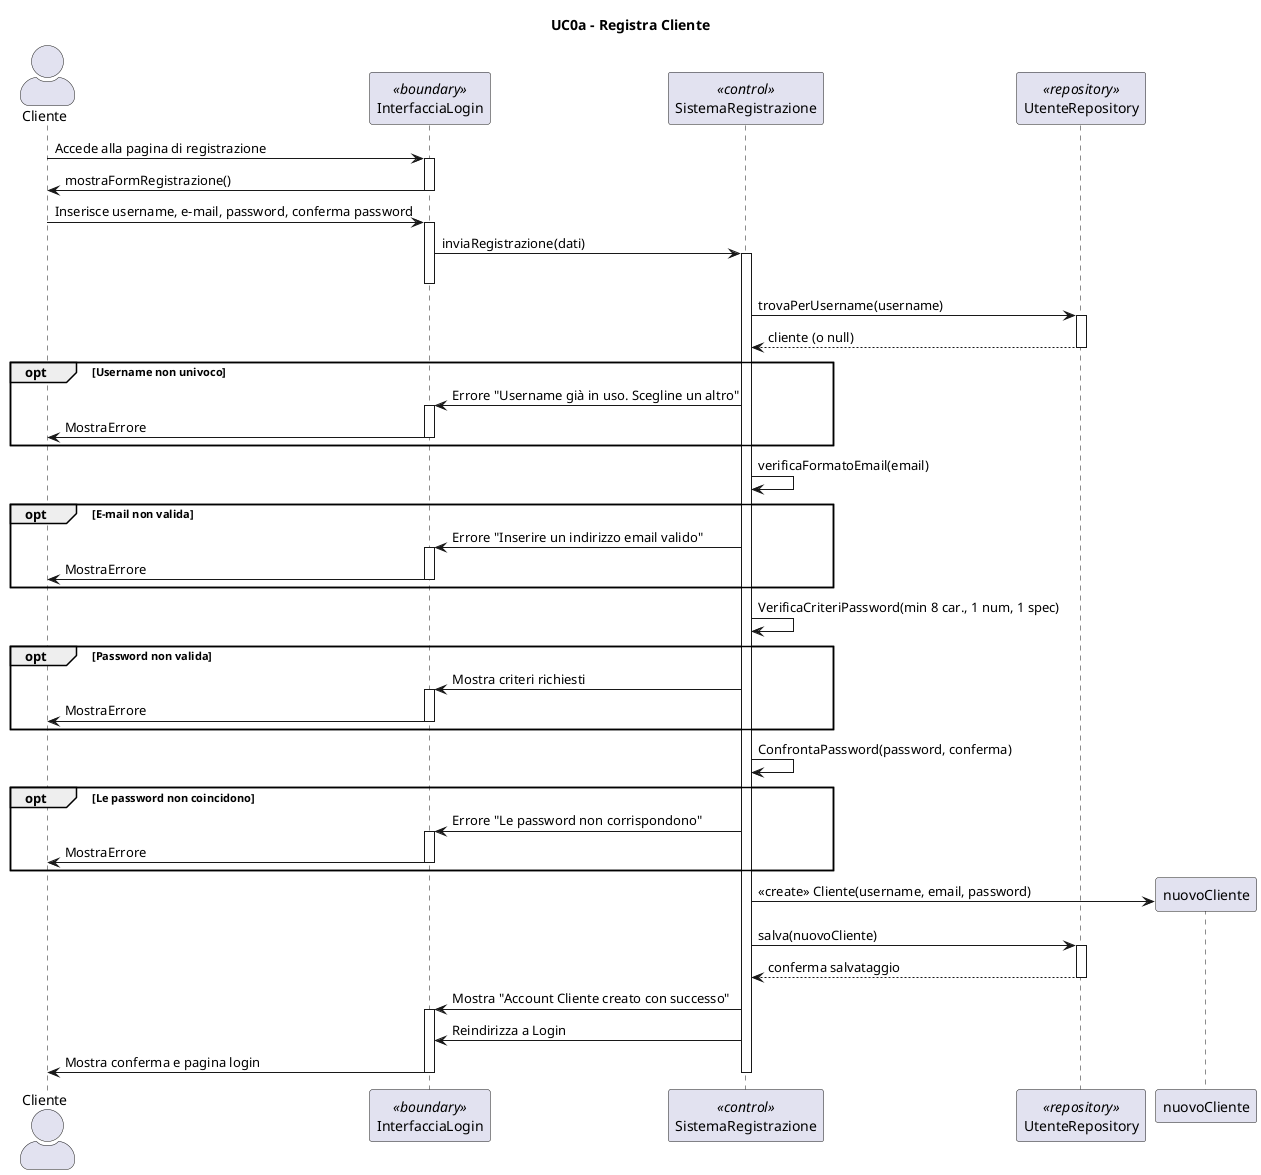
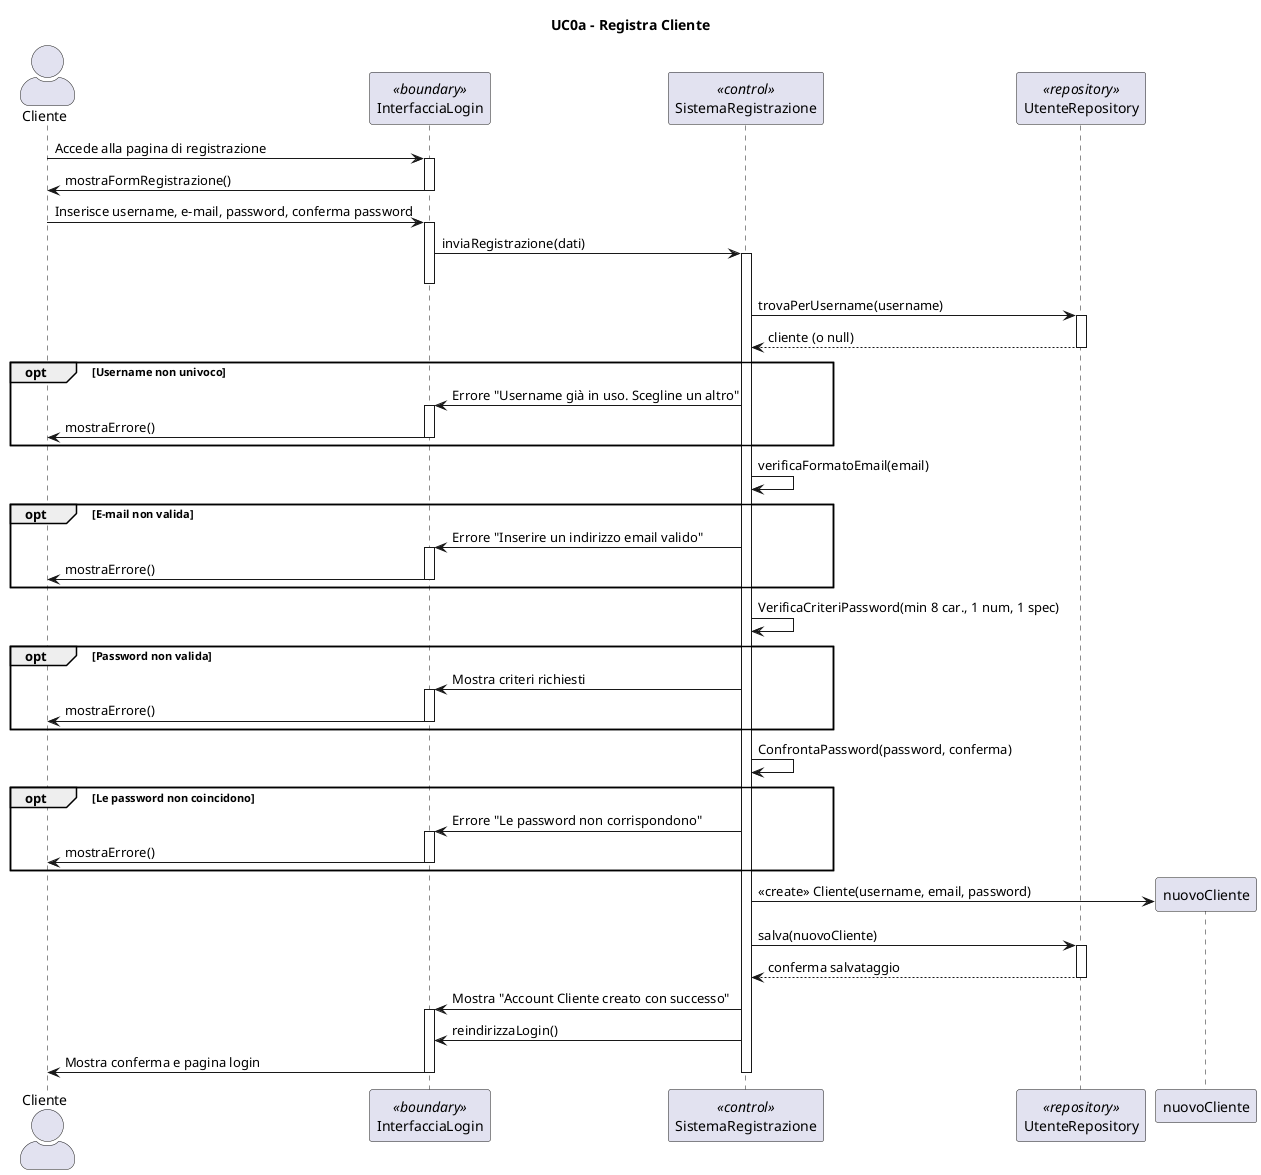
﻿@startuml
title UC0a - Registra Cliente
skinparam actorStyle awesome
actor Cliente

participant "InterfacciaLogin" <<boundary>>
participant "SistemaRegistrazione" as Sistema <<control>>
participant "UtenteRepository" as Repo <<repository>>

Cliente -> InterfacciaLogin : Accede alla pagina di registrazione
activate InterfacciaLogin
InterfacciaLogin -> Cliente : mostraFormRegistrazione()
deactivate InterfacciaLogin

Cliente -> InterfacciaLogin : Inserisce username, e-mail, password, conferma password
activate InterfacciaLogin
InterfacciaLogin -> Sistema : inviaRegistrazione(dati)
activate Sistema
deactivate InterfacciaLogin

Sistema -> Repo : trovaPerUsername(username)
activate Repo
Repo --> Sistema : cliente (o null)
deactivate Repo

opt Username non univoco
    Sistema -> InterfacciaLogin : Errore "Username già in uso. Scegline un altro"
    activate InterfacciaLogin
-     InterfacciaLogin -> Cliente : MostraErrore
+     InterfacciaLogin -> Cliente : mostraErrore()
    deactivate InterfacciaLogin
end

Sistema -> Sistema : verificaFormatoEmail(email)
opt E-mail non valida
    Sistema -> InterfacciaLogin : Errore "Inserire un indirizzo email valido"
    activate InterfacciaLogin
-     InterfacciaLogin -> Cliente : MostraErrore
+     InterfacciaLogin -> Cliente : mostraErrore()
    deactivate InterfacciaLogin
end

Sistema -> Sistema : VerificaCriteriPassword(min 8 car., 1 num, 1 spec)
opt Password non valida
    Sistema -> InterfacciaLogin : Mostra criteri richiesti
    activate InterfacciaLogin
-     InterfacciaLogin -> Cliente : MostraErrore
+     InterfacciaLogin -> Cliente : mostraErrore()
    deactivate InterfacciaLogin
end


Sistema -> Sistema : ConfrontaPassword(password, conferma)
opt Le password non coincidono
    Sistema -> InterfacciaLogin : Errore "Le password non corrispondono"
    activate InterfacciaLogin
-     InterfacciaLogin -> Cliente : MostraErrore
+     InterfacciaLogin -> Cliente : mostraErrore()
    deactivate InterfacciaLogin
end

create nuovoCliente
Sistema -> nuovoCliente : <<create>> Cliente(username, email, password)

Sistema -> Repo : salva(nuovoCliente)
activate Repo
Repo --> Sistema : conferma salvataggio
deactivate Repo


Sistema -> InterfacciaLogin : Mostra "Account Cliente creato con successo"
activate InterfacciaLogin
- Sistema -> InterfacciaLogin : Reindirizza a Login
+ Sistema -> InterfacciaLogin : reindirizzaLogin()
InterfacciaLogin -> Cliente : Mostra conferma e pagina login
deactivate InterfacciaLogin

deactivate Sistema

@enduml



